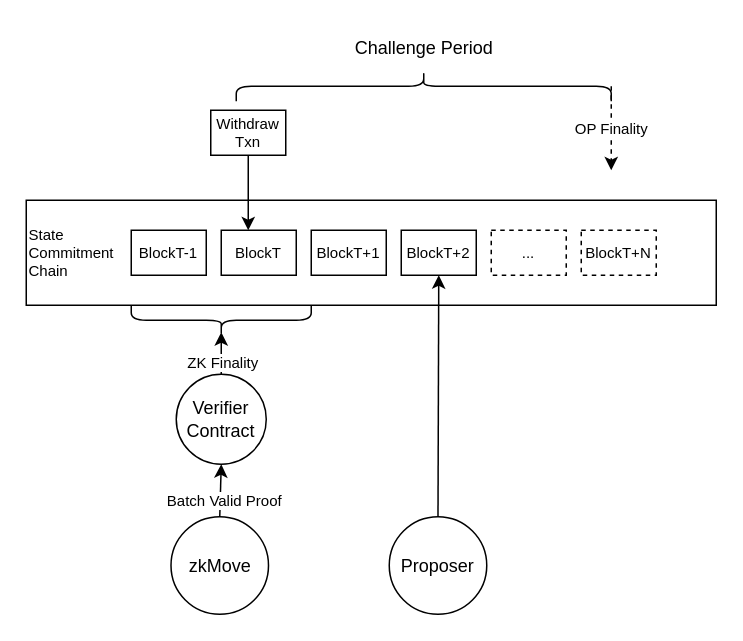
The draw.io diagram page "zk-optimisc" (18 of 20) of static/diagram/rooch.drawio in rooch-network/rooch-network.github.io, before the edit. Source tidied: cells renumbered, new cells numbered last; positions are measured from the earlier drawing's top-left corner, leaving out a move shared by most shapes. Both pictures are drawn from the tidied source at 150%, with x=0, y=0 at pixel (26, 26).
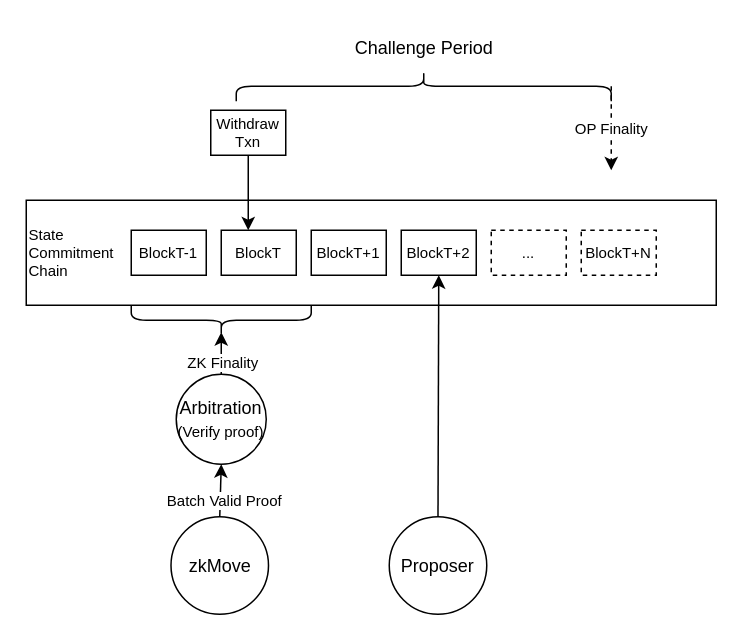
The same page after the edit.

Change to the diagram source:
```diff
@@
-    <mxCell id="21" value="Verifier&lt;br&gt;Contract" style="ellipse;whiteSpace=wrap;html=1;verticalAlign=middle;" parent="1" vertex="1">
+    <mxCell id="21" value="Arbitration&lt;br&gt;&lt;font style=&quot;font-size: 10px;&quot;&gt;(Verify proof)&lt;/font&gt;" style="ellipse;whiteSpace=wrap;html=1;verticalAlign=middle;" parent="1" vertex="1">
       <mxGeometry x="100" y="232" width="60" height="60" as="geometry" />
     </mxCell>
```
